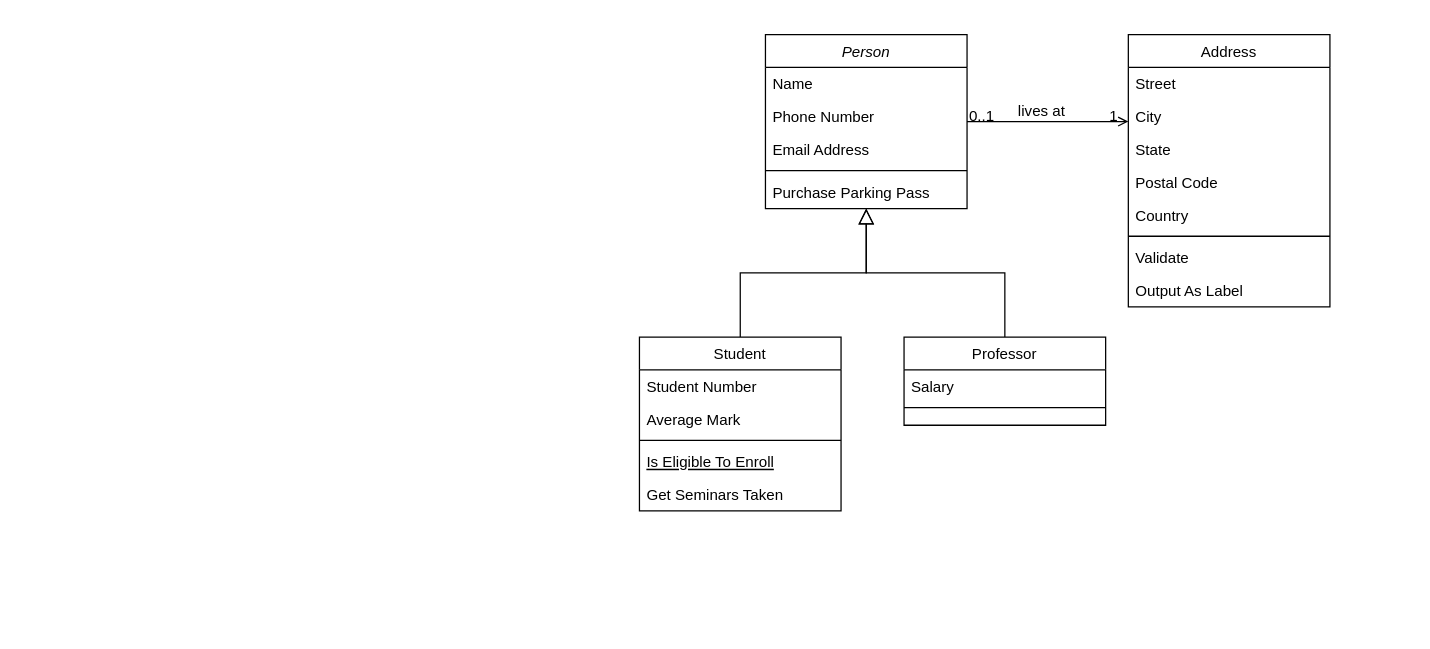
Above: HW3_OS.drawio in ayals99/HW3---OS- (draw.io), before the change. Source tidied: cells renumbered, new cells numbered last; positions are measured from the earlier drawing's top-left corner, leaving out a move shared by most shapes. Both pictures are drawn from the tidied source at 126%, with x=0, y=0 at pixel (639, 34).
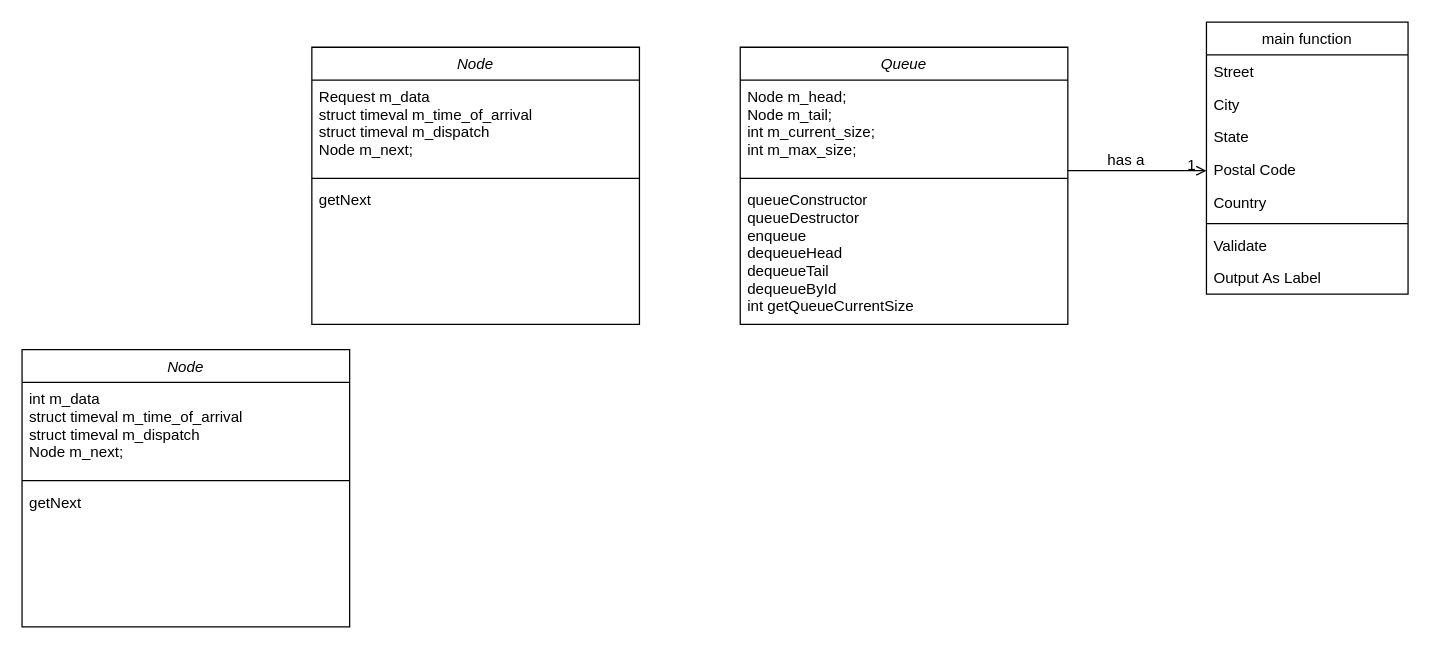
After the change.

The change refers to these unchanged cells:
```xml
<mxCell id="28" style="endArrow=open;shadow=0;strokeWidth=1;rounded=0;curved=0;endFill=1;edgeStyle=elbowEdgeStyle;elbow=vertical;" parent="1" edge="1" source="2" target="19">
  <mxGeometry x="0.5" y="41" relative="1" as="geometry">
    <mxPoint x="-40" y="32" as="offset" />
  </mxGeometry>
</mxCell>
```

The edit, as a diff of the source:
```diff
@@
-    <mxCell id="2" value="Person" style="swimlane;fontStyle=2;align=center;verticalAlign=top;horizontal=1;startSize=26;rounded=0;shadow=0;strokeWidth=1;" parent="1" vertex="1">
-      <mxGeometry x="100" width="160" height="138" as="geometry" />
+    <mxCell id="2" value="Queue" style="swimlane;fontStyle=2;align=center;verticalAlign=top;horizontal=1;startSize=26;rounded=0;shadow=0;strokeWidth=1;" parent="1" vertex="1">
+      <mxGeometry x="80" y="10" width="260" height="220" as="geometry" />
     </mxCell>
-    <mxCell id="3" value="Name" style="text;align=left;verticalAlign=top;spacingLeft=4;spacingRight=4;overflow=hidden;" parent="2" vertex="1">
-      <mxGeometry y="26" width="160" height="26" as="geometry" />
+    <mxCell id="3" value="Node m_head;&#10;Node m_tail;&#10;int m_current_size;&#10;int m_max_size;" style="text;align=left;verticalAlign=top;spacingLeft=4;spacingRight=4;overflow=hidden;" parent="2" vertex="1">
+      <mxGeometry y="26" width="260" height="74" as="geometry" />
     </mxCell>
-    <mxCell id="4" value="Phone Number" style="text;align=left;verticalAlign=top;spacingLeft=4;spacingRight=4;overflow=hidden;rounded=0;shadow=0;html=0;" parent="2" vertex="1">
-      <mxGeometry y="52" width="160" height="26" as="geometry" />
-    </mxCell>
-    <mxCell id="5" value="Email Address" style="text;align=left;verticalAlign=top;spacingLeft=4;spacingRight=4;overflow=hidden;rounded=0;shadow=0;html=0;" parent="2" vertex="1">
-      <mxGeometry y="78" width="160" height="26" as="geometry" />
-    </mxCell>
     <mxCell id="6" style="line;html=1;strokeWidth=1;align=left;verticalAlign=middle;spacingTop=-1;spacingLeft=3;spacingRight=3;labelPosition=right;" parent="2" vertex="1">
-      <mxGeometry y="104" width="160" height="8" as="geometry" />
+      <mxGeometry y="100" width="260" height="8" as="geometry" />
     </mxCell>
-    <mxCell id="7" value="Purchase Parking Pass" style="text;align=left;verticalAlign=top;spacingLeft=4;spacingRight=4;overflow=hidden;" parent="2" vertex="1">
-      <mxGeometry y="112" width="160" height="26" as="geometry" />
+    <mxCell id="7" value="queueConstructor&#10;queueDestructor&#10;enqueue&#10;dequeueHead&#10;dequeueTail&#10;dequeueById&#10;int getQueueCurrentSize" style="text;align=left;verticalAlign=top;spacingLeft=4;spacingRight=4;overflow=hidden;" parent="2" vertex="1">
+      <mxGeometry y="108" width="260" height="112" as="geometry" />
     </mxCell>
-    <mxCell id="8" value="Student" style="swimlane;fontStyle=0;align=center;verticalAlign=top;horizontal=1;startSize=26;rounded=0;shadow=0;strokeWidth=1;" parent="1" vertex="1">
-      <mxGeometry y="240" width="160" height="138" as="geometry" />
-    </mxCell>
-    <mxCell id="9" value="Student Number" style="text;align=left;verticalAlign=top;spacingLeft=4;spacingRight=4;overflow=hidden;" parent="8" vertex="1">
-      <mxGeometry y="26" width="160" height="26" as="geometry" />
-    </mxCell>
-    <mxCell id="10" value="Average Mark" style="text;align=left;verticalAlign=top;spacingLeft=4;spacingRight=4;overflow=hidden;rounded=0;shadow=0;html=0;" parent="8" vertex="1">
-      <mxGeometry y="52" width="160" height="26" as="geometry" />
-    </mxCell>
-    <mxCell id="11" style="line;html=1;strokeWidth=1;align=left;verticalAlign=middle;spacingTop=-1;spacingLeft=3;spacingRight=3;labelPosition=right;" parent="8" vertex="1">
-      <mxGeometry y="78" width="160" height="8" as="geometry" />
-    </mxCell>
-    <mxCell id="12" value="Is Eligible To Enroll" style="text;align=left;verticalAlign=top;spacingLeft=4;spacingRight=4;overflow=hidden;fontStyle=4;" parent="8" vertex="1">
-      <mxGeometry y="86" width="160" height="26" as="geometry" />
-    </mxCell>
-    <mxCell id="13" value="Get Seminars Taken" style="text;align=left;verticalAlign=top;spacingLeft=4;spacingRight=4;overflow=hidden;" parent="8" vertex="1">
-      <mxGeometry y="112" width="160" height="26" as="geometry" />
-    </mxCell>
-    <mxCell id="14" style="endArrow=block;endSize=10;endFill=0;shadow=0;strokeWidth=1;rounded=0;curved=0;edgeStyle=elbowEdgeStyle;elbow=vertical;" parent="1" edge="1" source="8" target="2">
-      <mxGeometry relative="1" as="geometry" />
-    </mxCell>
-    <mxCell id="15" value="Professor" style="swimlane;fontStyle=0;align=center;verticalAlign=top;horizontal=1;startSize=26;rounded=0;shadow=0;strokeWidth=1;" parent="1" vertex="1">
-      <mxGeometry x="210" y="240" width="160" height="70" as="geometry" />
-    </mxCell>
-    <mxCell id="16" value="Salary" style="text;align=left;verticalAlign=top;spacingLeft=4;spacingRight=4;overflow=hidden;" parent="15" vertex="1">
-      <mxGeometry y="26" width="160" height="26" as="geometry" />
-    </mxCell>
-    <mxCell id="17" style="line;html=1;strokeWidth=1;align=left;verticalAlign=middle;spacingTop=-1;spacingLeft=3;spacingRight=3;labelPosition=right;" parent="15" vertex="1">
-      <mxGeometry y="52" width="160" height="8" as="geometry" />
-    </mxCell>
-    <mxCell id="18" style="endArrow=block;endSize=10;endFill=0;shadow=0;strokeWidth=1;rounded=0;curved=0;edgeStyle=elbowEdgeStyle;elbow=vertical;" parent="1" edge="1" source="15" target="2">
-      <mxGeometry relative="1" as="geometry" />
-    </mxCell>
-    <mxCell id="19" value="Address" style="swimlane;fontStyle=0;align=center;verticalAlign=top;horizontal=1;startSize=26;rounded=0;shadow=0;strokeWidth=1;" parent="1" vertex="1">
-      <mxGeometry x="388" width="160" height="216" as="geometry" />
+    <mxCell id="19" value="main function" style="swimlane;fontStyle=0;align=center;verticalAlign=top;horizontal=1;startSize=26;rounded=0;shadow=0;strokeWidth=1;" parent="1" vertex="1">
+      <mxGeometry x="450" y="-10" width="160" height="216" as="geometry" />
     </mxCell>
@@
-    <mxCell id="29" value="0..1" style="align=left;verticalAlign=bottom;labelBackgroundColor=none;fontSize=12;" parent="28" vertex="1">
-      <mxGeometry x="-1" relative="1" as="geometry">
-        <mxPoint y="4" as="offset" />
-      </mxGeometry>
-    </mxCell>
@@
-    <mxCell id="31" value="lives at" style="text;html=1;align=center;verticalAlign=middle;labelBackgroundColor=none;rounded=0;shadow=0;strokeWidth=1;fontSize=12;" parent="28" vertex="1">
+    <mxCell id="31" value="has a" style="text;html=1;align=center;verticalAlign=middle;labelBackgroundColor=none;rounded=0;shadow=0;strokeWidth=1;fontSize=12;" parent="28" vertex="1">
       <mxGeometry x="0.5" y="49" relative="1" as="geometry">
         <mxPoint x="-38" y="40" as="offset" />
       </mxGeometry>
     </mxCell>
+    <mxCell id="32" value="Node" style="swimlane;fontStyle=2;align=center;verticalAlign=top;horizontal=1;startSize=26;rounded=0;shadow=0;strokeWidth=1;" parent="1" vertex="1">
+      <mxGeometry x="-260" y="10" width="260" height="220" as="geometry" />
+    </mxCell>
+    <mxCell id="33" value="Request m_data&#10;struct timeval m_time_of_arrival&#10;struct timeval m_dispatch&#10;Node m_next;" style="text;align=left;verticalAlign=top;spacingLeft=4;spacingRight=4;overflow=hidden;" parent="32" vertex="1">
+      <mxGeometry y="26" width="260" height="74" as="geometry" />
+    </mxCell>
+    <mxCell id="34" style="line;html=1;strokeWidth=1;align=left;verticalAlign=middle;spacingTop=-1;spacingLeft=3;spacingRight=3;labelPosition=right;" parent="32" vertex="1">
+      <mxGeometry y="100" width="260" height="8" as="geometry" />
+    </mxCell>
+    <mxCell id="35" value="getNext" style="text;align=left;verticalAlign=top;spacingLeft=4;spacingRight=4;overflow=hidden;" parent="32" vertex="1">
+      <mxGeometry y="108" width="260" height="52" as="geometry" />
+    </mxCell>
+    <mxCell id="36" value="Node" style="swimlane;fontStyle=2;align=center;verticalAlign=top;horizontal=1;startSize=26;rounded=0;shadow=0;strokeWidth=1;" parent="1" vertex="1">
+      <mxGeometry x="-490" y="250" width="260" height="220" as="geometry" />
+    </mxCell>
+    <mxCell id="37" value="int m_data&#10;struct timeval m_time_of_arrival&#10;struct timeval m_dispatch&#10;Node m_next;" style="text;align=left;verticalAlign=top;spacingLeft=4;spacingRight=4;overflow=hidden;" parent="36" vertex="1">
+      <mxGeometry y="26" width="260" height="74" as="geometry" />
+    </mxCell>
+    <mxCell id="38" style="line;html=1;strokeWidth=1;align=left;verticalAlign=middle;spacingTop=-1;spacingLeft=3;spacingRight=3;labelPosition=right;" parent="36" vertex="1">
+      <mxGeometry y="100" width="260" height="8" as="geometry" />
+    </mxCell>
+    <mxCell id="39" value="getNext" style="text;align=left;verticalAlign=top;spacingLeft=4;spacingRight=4;overflow=hidden;" parent="36" vertex="1">
+      <mxGeometry y="108" width="260" height="52" as="geometry" />
+    </mxCell>
```
